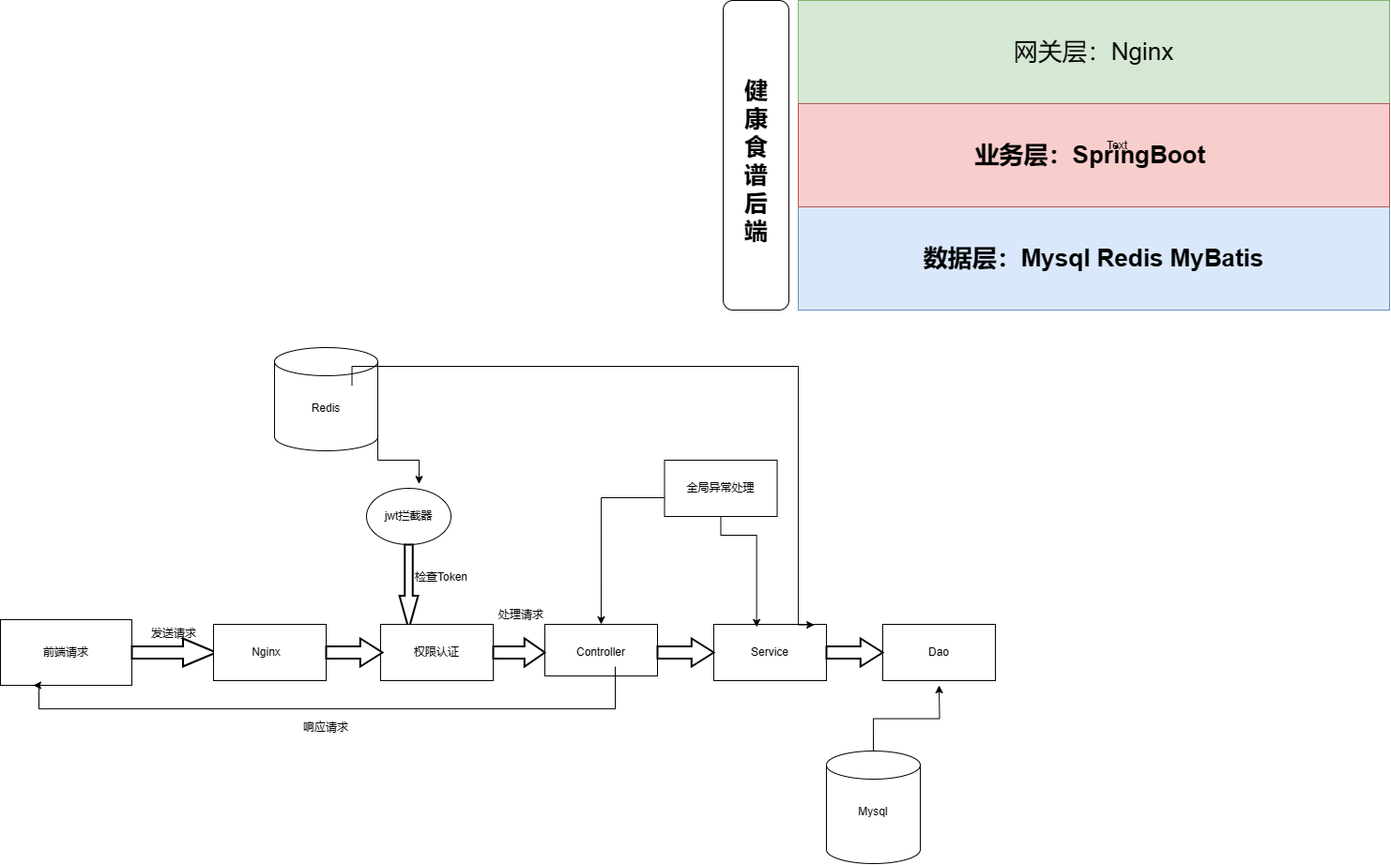
Before: 健康食谱后端.png, a diagram exported from draw.io (wangXingRunning/weige.github.io). Source tidied: cells renumbered, new cells last; positions are measured from the earlier drawing's top-left corner, leaving out a move shared by most shapes.
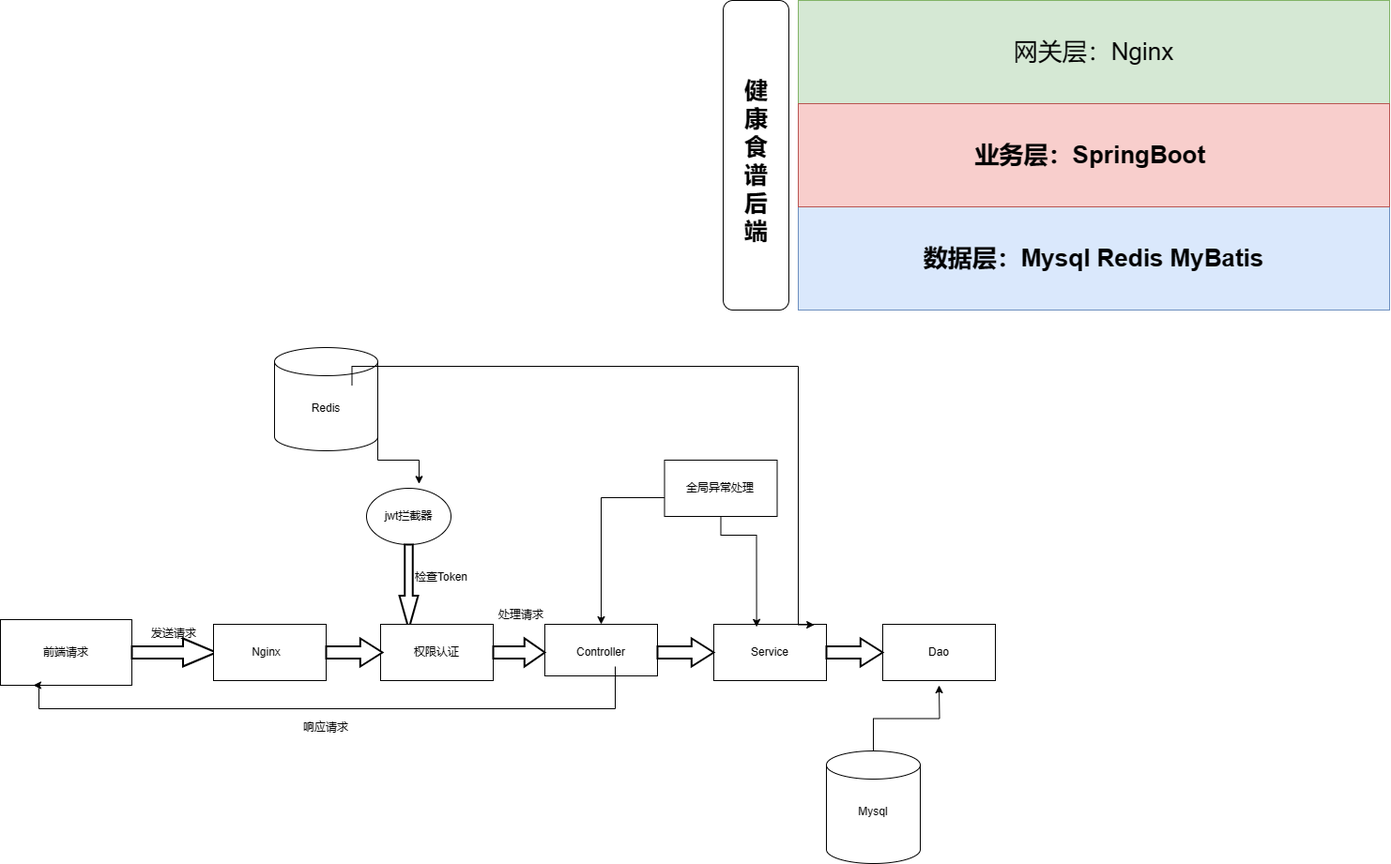
The same diagram one commit later.

Commit message:
更新健康食谱后端.png

What changed in the source:
```diff
@@ -23,9 +23,6 @@
     <mxCell id="8" value="&lt;font style=&quot;font-size: 26px;&quot;&gt;&lt;b&gt;业务层：SpringBoot&amp;nbsp;&lt;/b&gt;&lt;/font&gt;" style="text;html=1;strokeColor=#b85450;fillColor=#f8cecc;align=center;verticalAlign=middle;whiteSpace=wrap;rounded=0;" parent="1" vertex="1">
       <mxGeometry x="850" y="110" width="630" height="110" as="geometry" />
     </mxCell>
-    <mxCell id="9" value="Text" style="text;html=1;strokeColor=none;fillColor=none;align=center;verticalAlign=middle;whiteSpace=wrap;rounded=0;" parent="1" vertex="1">
-      <mxGeometry x="1160" y="140" width="60" height="30" as="geometry" />
-    </mxCell>
     <mxCell id="10" value="&lt;font style=&quot;font-size: 26px;&quot;&gt;网关层：Nginx&lt;/font&gt;" style="text;html=1;strokeColor=none;fillColor=none;align=center;verticalAlign=middle;whiteSpace=wrap;rounded=0;" parent="1" vertex="1">
       <mxGeometry x="850" width="630" height="110" as="geometry" />
     </mxCell>
```
